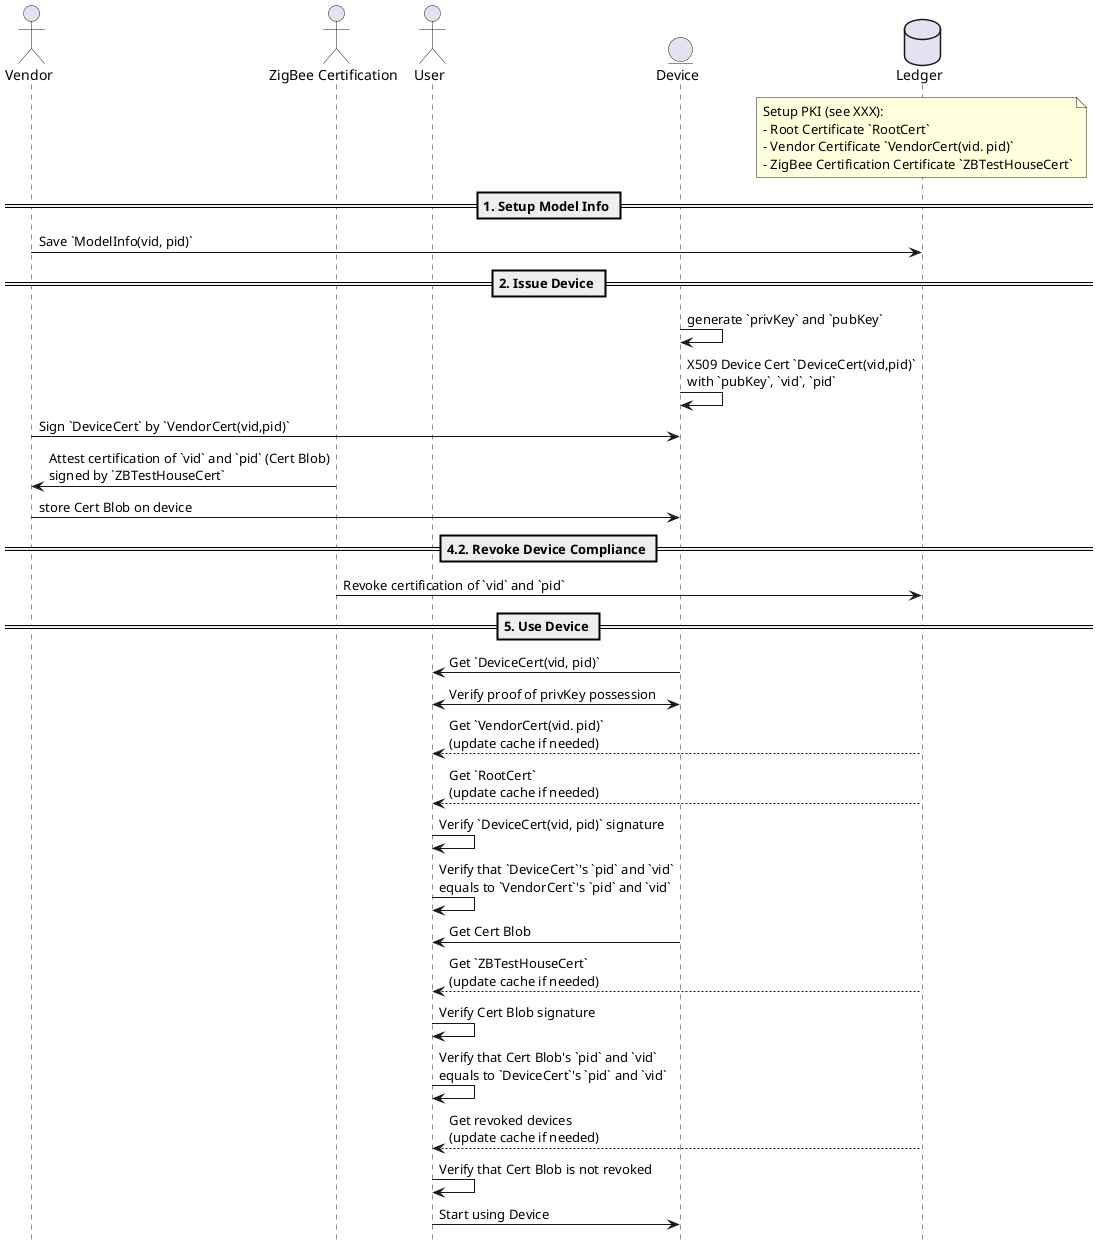
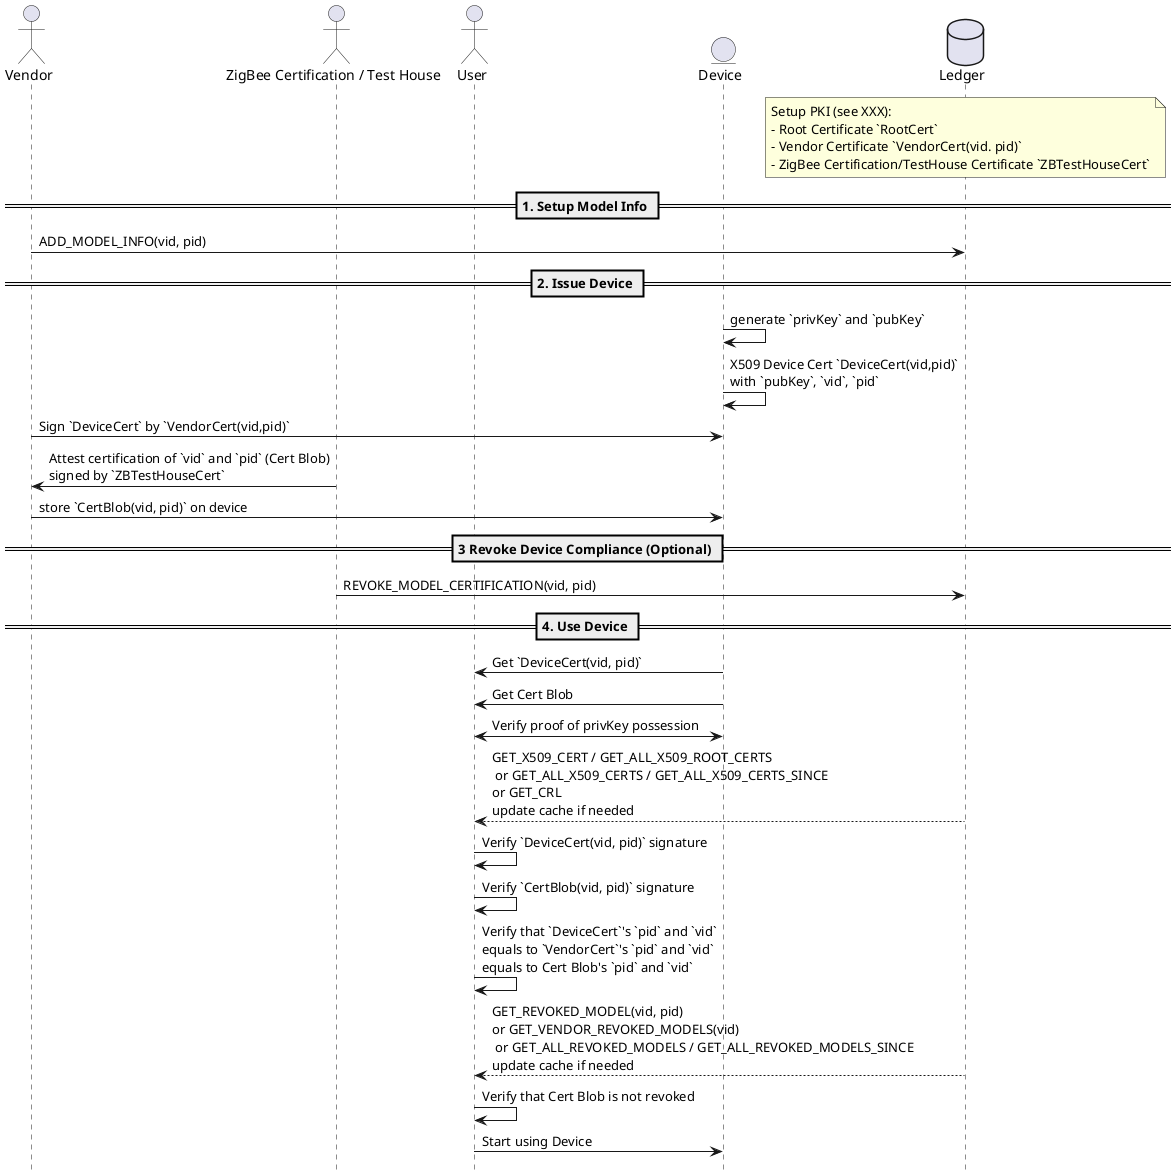
@startuml
!pragma teoz true
hide footbox

actor Vendor as V
- actor "ZigBee Certification" as ZB
+ actor "ZigBee Certification / Test House" as ZB
actor User as U
entity Device as D
database Ledger as L

note over L
Setup PKI (see XXX):
- Root Certificate `RootCert`
- Vendor Certificate `VendorCert(vid. pid)`
- - ZigBee Certification Certificate `ZBTestHouseCert`
+ - ZigBee Certification/TestHouse Certificate `ZBTestHouseCert`
end note

== 1. Setup Model Info ==
- V -> L: Save `ModelInfo(vid, pid)`
+ V -> L: ADD_MODEL_INFO(vid, pid)

== 2. Issue Device ==
D -> D: generate `privKey` and `pubKey`
D -> D: X509 Device Cert `DeviceCert(vid,pid)`\nwith `pubKey`, `vid`, `pid`
V -> D: Sign `DeviceCert` by `VendorCert(vid,pid)`
ZB -> V: Attest certification of `vid` and `pid` (Cert Blob)\nsigned by `ZBTestHouseCert`
- V -> D: store Cert Blob on device
+ V -> D: store `CertBlob(vid, pid)` on device

- == 4.2. Revoke Device Compliance ==
- ZB -> L: Revoke certification of `vid` and `pid`
+ == 3 Revoke Device Compliance (Optional) ==
+ ZB -> L: REVOKE_MODEL_CERTIFICATION(vid, pid)

- == 5. Use Device ==
+ == 4. Use Device ==
U <- D: Get `DeviceCert(vid, pid)`
+ U <- D: Get Cert Blob
U <-> D: Verify proof of privKey possession
- U <-- L: Get `VendorCert(vid. pid)`\n(update cache if needed)
- U <-- L: Get `RootCert`\n(update cache if needed)
+ U <-- L: GET_X509_CERT / GET_ALL_X509_ROOT_CERTS\n or GET_ALL_X509_CERTS / GET_ALL_X509_CERTS_SINCE\nor GET_CRL\nupdate cache if needed
U -> U: Verify `DeviceCert(vid, pid)` signature
- U -> U: Verify that `DeviceCert`'s `pid` and `vid`\nequals to `VendorCert`'s `pid` and `vid`
- U <- D: Get Cert Blob
- U <-- L: Get `ZBTestHouseCert`\n(update cache if needed)
- U -> U: Verify Cert Blob signature
- U -> U: Verify that Cert Blob's `pid` and `vid`\nequals to `DeviceCert`'s `pid` and `vid`
- U <-- L: Get revoked devices\n(update cache if needed)
+ U -> U: Verify `CertBlob(vid, pid)` signature
+ U -> U: Verify that `DeviceCert`'s `pid` and `vid`\nequals to `VendorCert`'s `pid` and `vid`\nequals to Cert Blob's `pid` and `vid`
+ U <-- L: GET_REVOKED_MODEL(vid, pid)\nor GET_VENDOR_REVOKED_MODELS(vid)\n or GET_ALL_REVOKED_MODELS / GET_ALL_REVOKED_MODELS_SINCE\nupdate cache if needed
U -> U: Verify that Cert Blob is not revoked
U -> D: Start using Device



@enduml